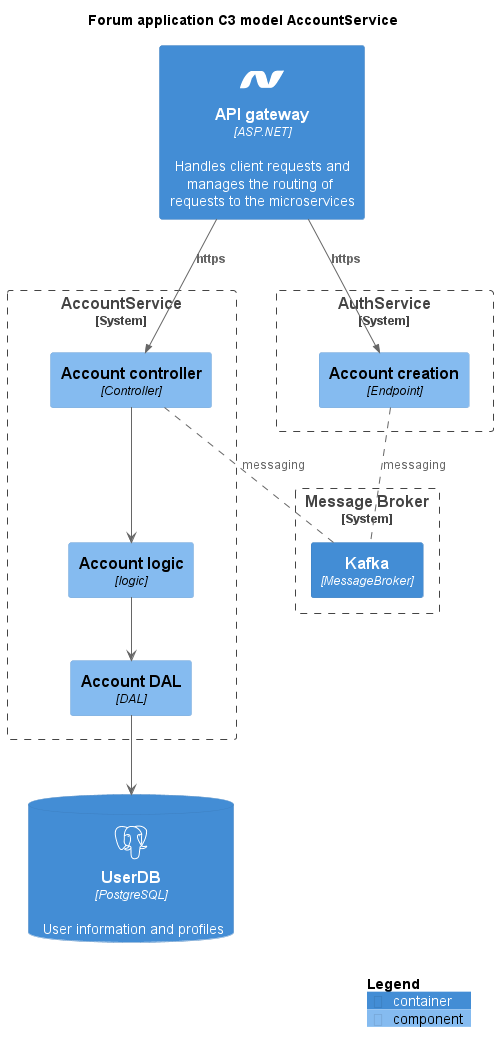
KevinvdHoogenhof/ForumApp-Main keeps this PlantUML diagram as Architecture/C4_Models/Architecture_C3.png. Above is the earlier version. Source of this version:
```plantuml
@startuml Architecture_C3
title Forum application C3 model AccountService

!include <C4/C4_Component>
!define DEVICONS https://raw.githubusercontent.com/tupadr3/plantuml-icon-font-sprites/master/devicons
!define FONTAWESOME https://raw.githubusercontent.com/tupadr3/plantuml-icon-font-sprites/master/font-awesome-5
!include DEVICONS/dotnet.puml
!include DEVICONS/postgresql.puml
!include FONTAWESOME/users.puml

Container(api, "API gateway", "ASP.NET", "Handles client requests and manages the routing of requests to the microservices", $sprite="dotnet")

System_Boundary(ams,"AccountService"){
    Component(acontroller, "Account controller", "Controller")
    Component(alogic, "Account logic", "logic")
    Component(adal, "Account DAL", "DAL")
}
ContainerDb(userdb, "UserDB", "PostgreSQL", "User information and profiles", $sprite="postgresql")

System_Boundary(aams,"AuthService","Microservice"){
Component(aac, "Account creation", "Endpoint")
}

System_Boundary(mb, "Message Broker", " "){
Container(mq, "Kafka", "MessageBroker")
}

Rel(api, acontroller, "https")
Rel(api, aac, "https")

ams -[hidden]> aams

acontroller --> alogic
alogic --> adal

acontroller -[hidden]> aams

adal --> userdb

aac .. mq : messaging
mq .. acontroller : messaging


SHOW_LEGEND()
@enduml
```
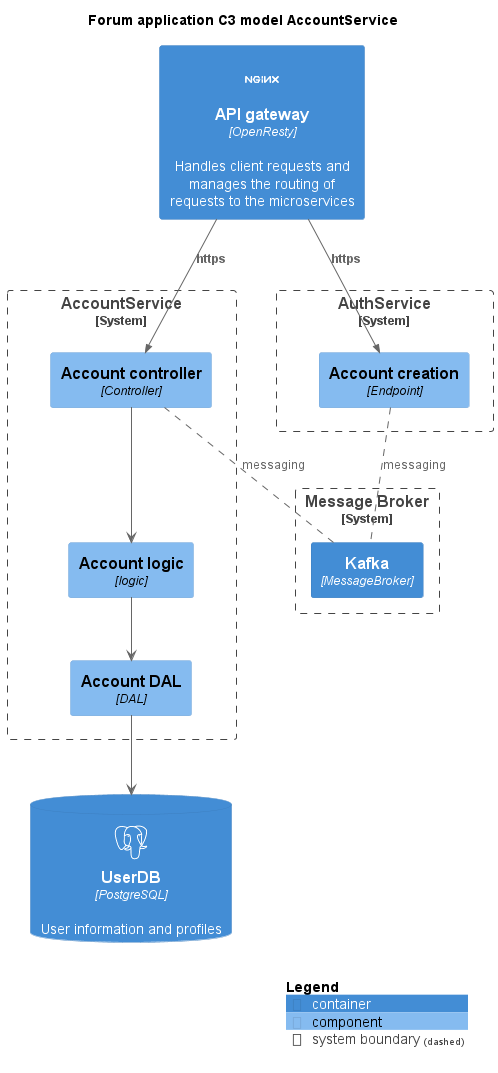
Later version of the same file.

Commit message:
C4 models update different gateway

What changed in the source:
```diff
@@ -6,9 +6,10 @@
 !define FONTAWESOME https://raw.githubusercontent.com/tupadr3/plantuml-icon-font-sprites/master/font-awesome-5
 !include DEVICONS/dotnet.puml
 !include DEVICONS/postgresql.puml
+!include DEVICONS/nginx.puml
 !include FONTAWESOME/users.puml
 
-Container(api, "API gateway", "ASP.NET", "Handles client requests and manages the routing of requests to the microservices", $sprite="dotnet")
+Container(api, "API gateway", "OpenResty", "Handles client requests and manages the routing of requests to the microservices", $sprite="nginx")
 
 System_Boundary(ams,"AccountService"){
     Component(acontroller, "Account controller", "Controller")
```
